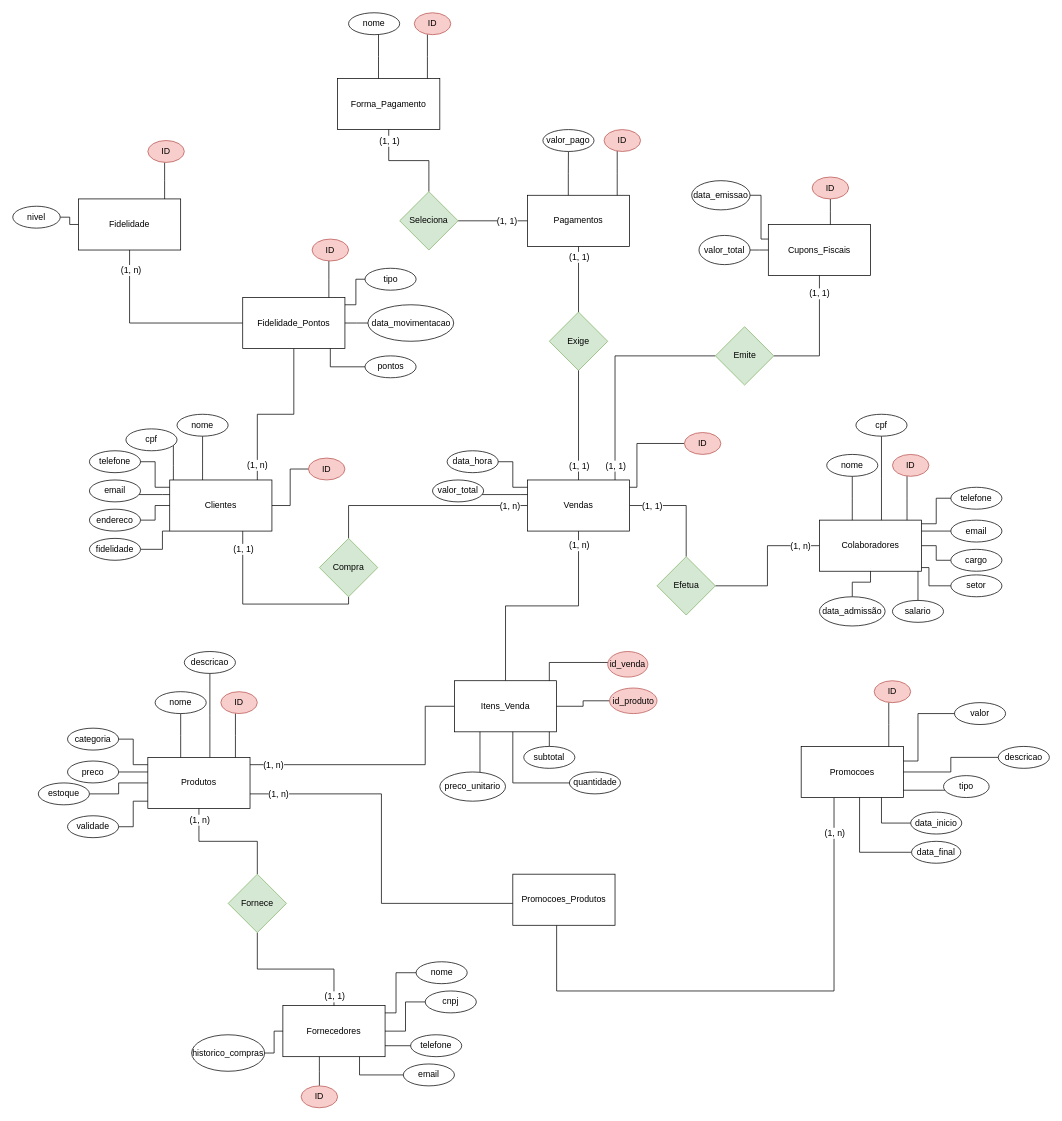
This is sistema_mercado.drawio from rafitsdev/db_supermercado, a draw.io file, before an edit. Source tidied: cells renumbered, new cells numbered last; positions are measured from the earlier drawing's top-left corner, leaving out a move shared by most shapes. Both pictures are drawn from the tidied source at 73%, with x=0, y=0 at pixel (12, 12).
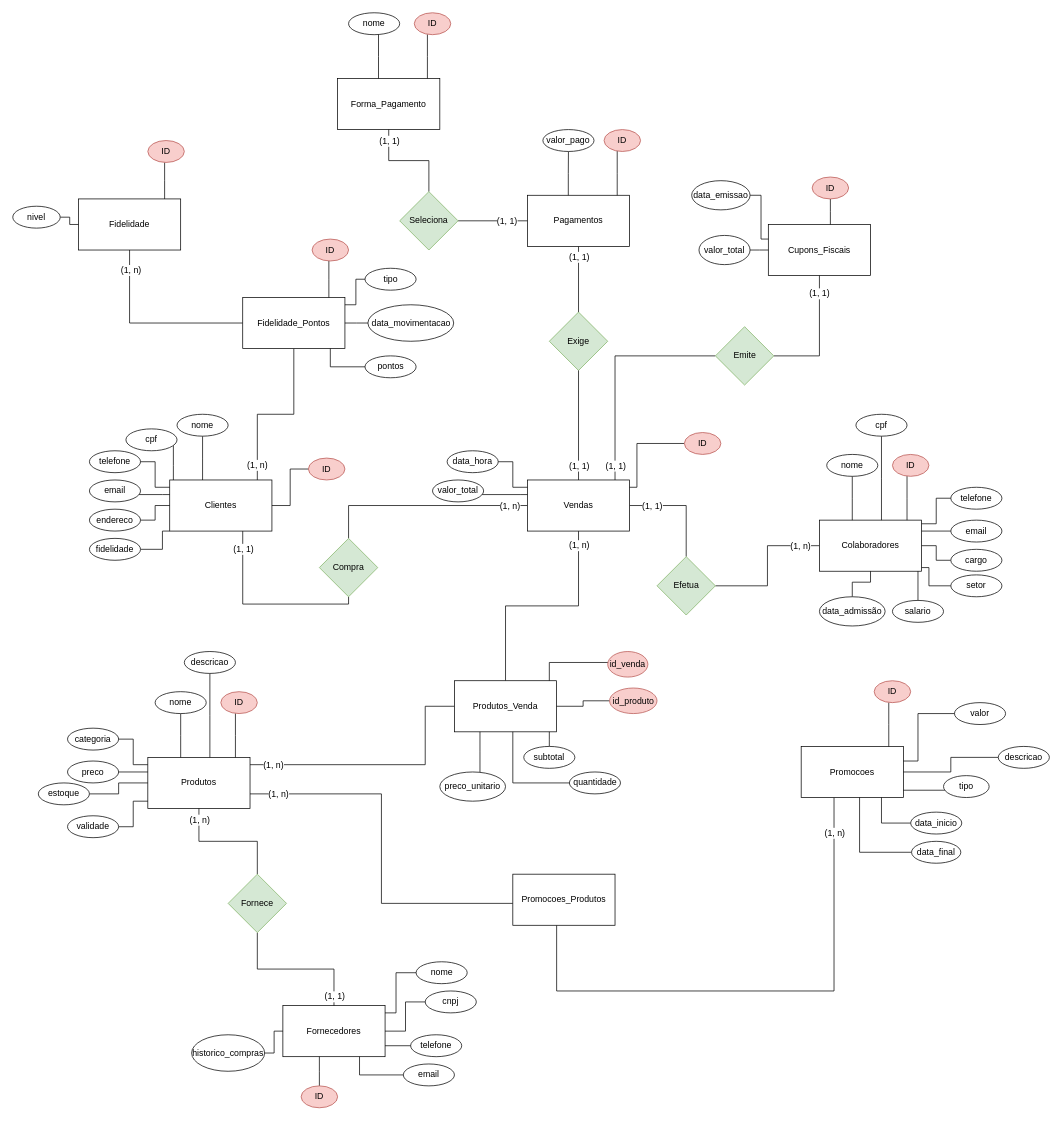
The same page after the edit.

What changed in the source:
```diff
@@
-    <mxCell id="121" value="Itens_Venda" style="whiteSpace=wrap;html=1;" parent="1" vertex="1">
+    <mxCell id="121" value="Produtos_Venda" style="whiteSpace=wrap;html=1;" parent="1" vertex="1">
       <mxGeometry x="605" y="915" width="140" height="70" as="geometry" />
     </mxCell>
```
